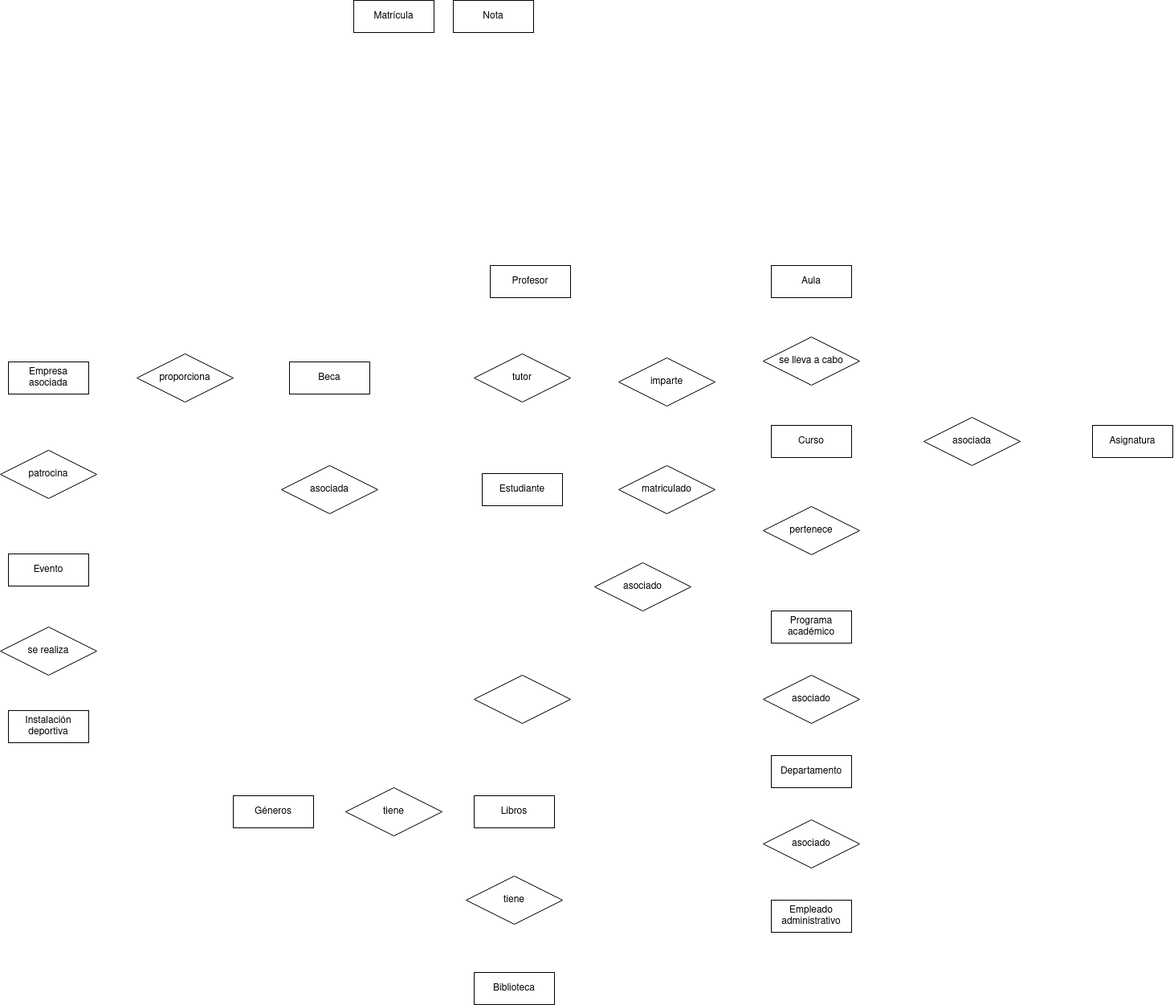
The draw.io diagram modelo-er/Modelo ER.drawio.png in RafaelMayor/proyectoBBDD, before a commit. Source tidied: cells renumbered, new cells last; positions are measured from the earlier drawing's top-left corner, leaving out a move shared by most shapes.
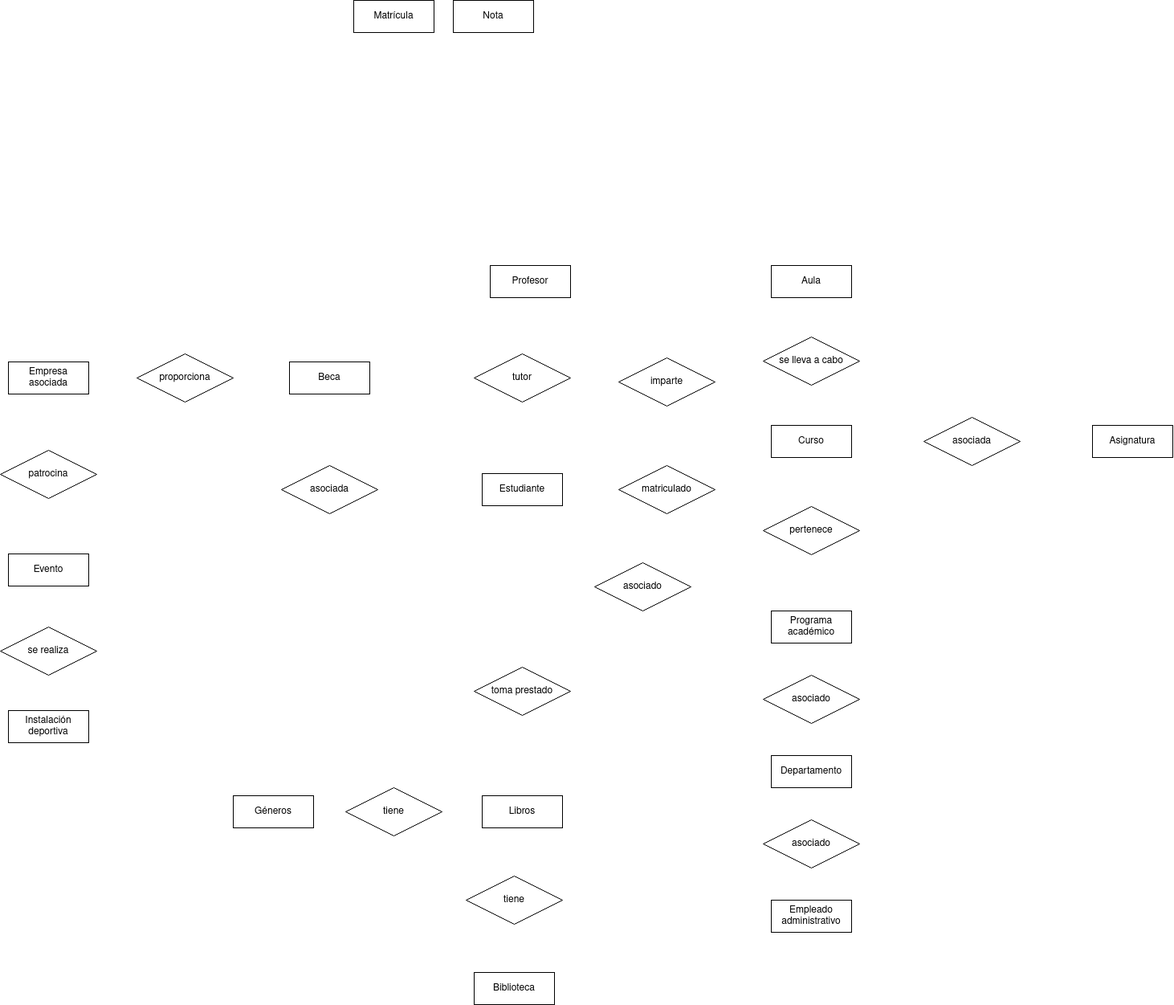
Later version of the same file.

What changed in the source:
```diff
@@ -78,7 +78,7 @@
       <mxGeometry x="350" y="579" width="120" height="60" as="geometry" />
     </mxCell>
     <mxCell id="27" value="Libros" style="whiteSpace=wrap;html=1;align=center;" parent="1" vertex="1">
-      <mxGeometry x="590" y="990" width="100" height="40" as="geometry" />
+      <mxGeometry x="600" y="990" width="100" height="40" as="geometry" />
     </mxCell>
     <mxCell id="28" value="tiene" style="shape=rhombus;perimeter=rhombusPerimeter;whiteSpace=wrap;html=1;align=center;" parent="1" vertex="1">
       <mxGeometry x="580" y="1090" width="120" height="60" as="geometry" />
@@ -98,8 +98,8 @@
     <mxCell id="33" value="tutor" style="shape=rhombus;perimeter=rhombusPerimeter;whiteSpace=wrap;html=1;align=center;" parent="1" vertex="1">
       <mxGeometry x="590" y="440" width="120" height="60" as="geometry" />
     </mxCell>
-    <mxCell id="34" style="shape=rhombus;perimeter=rhombusPerimeter;whiteSpace=wrap;html=1;align=center;" parent="1" vertex="1">
-      <mxGeometry x="590" y="840" width="120" height="60" as="geometry" />
+    <mxCell id="34" value="toma prestado" style="shape=rhombus;perimeter=rhombusPerimeter;whiteSpace=wrap;html=1;align=center;" parent="1" vertex="1">
+      <mxGeometry x="590" y="830" width="120" height="60" as="geometry" />
     </mxCell>
   </root>
 </mxGraphModel>
```
